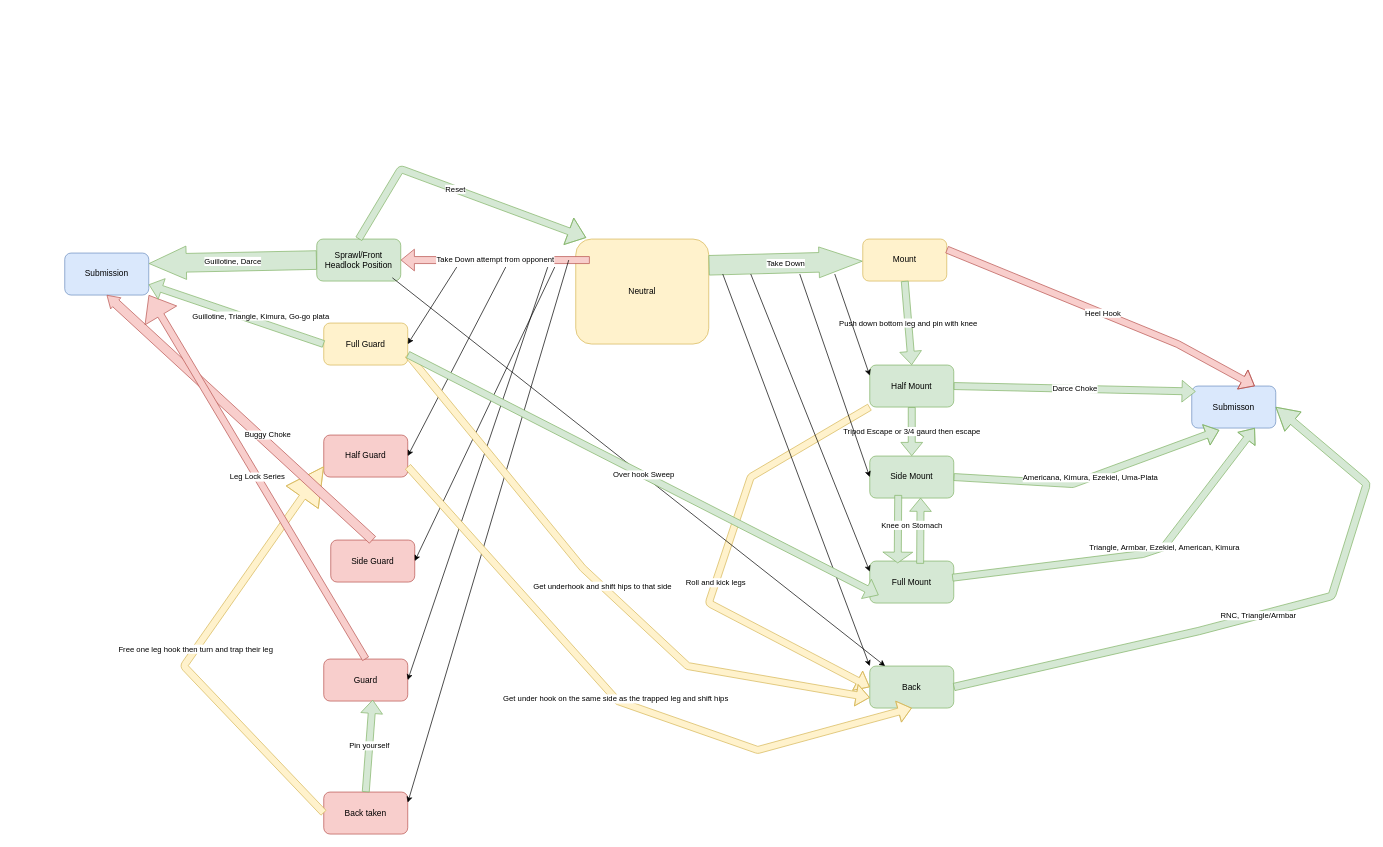
This is Untitled Diagram.drawio from morik04/BJJ, a draw.io file, before an edit. Source tidied: cells renumbered, new cells numbered last; positions are measured from the earlier drawing's top-left corner, leaving out a move shared by most shapes. Both pictures are drawn from the tidied source at 70%, with x=0, y=0 at pixel (64, 169).
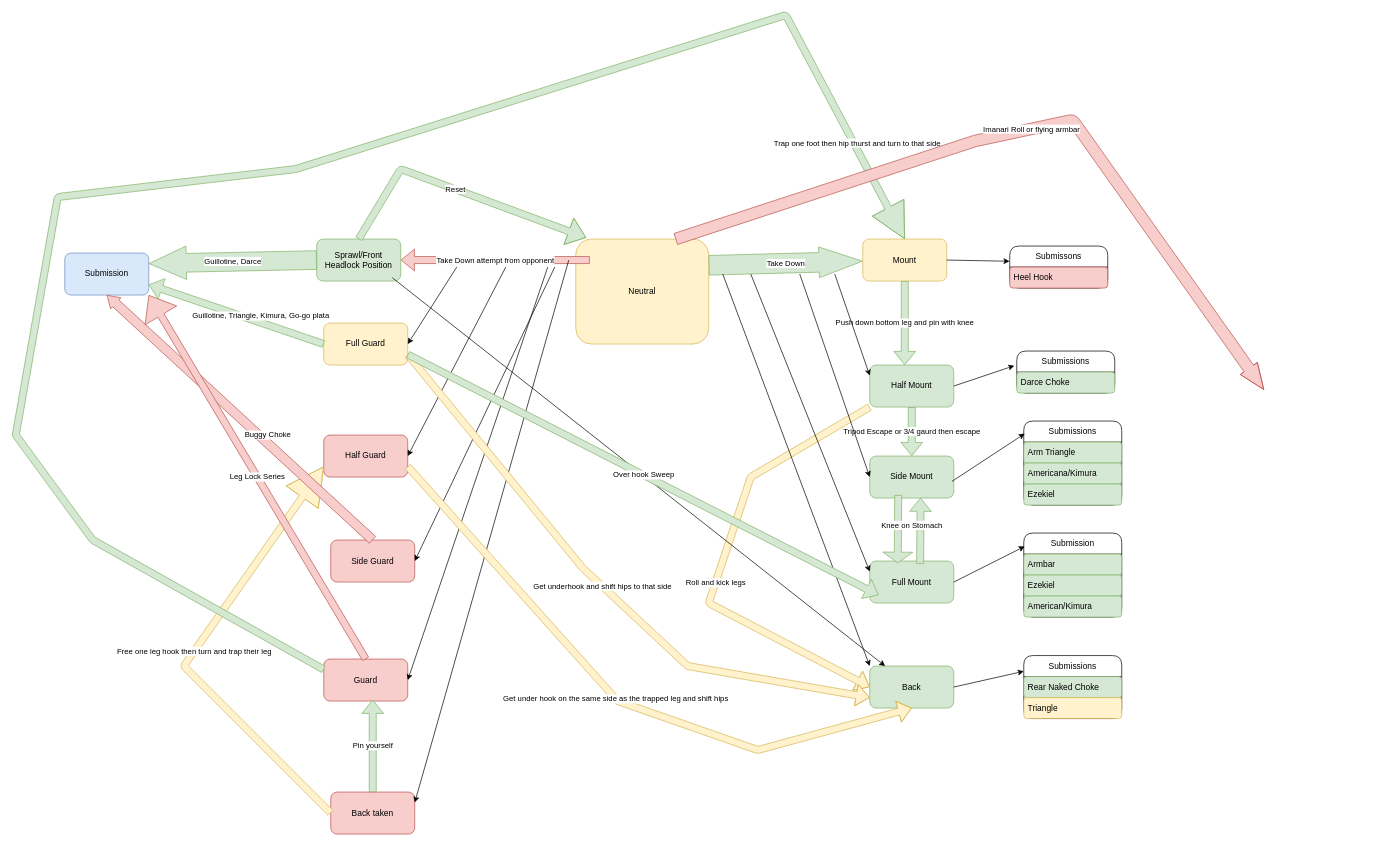
The same diagram, later.

Unchanged cells that the change refers to:
```xml
<mxCell id="2" value="Neutral" style="rounded=1;whiteSpace=wrap;html=1;fillColor=#fff2cc;strokeColor=#d6b656;" parent="1" vertex="1">
  <mxGeometry x="730" y="100" width="190" height="150" as="geometry" />
</mxCell>
<mxCell id="4" value="Mount" style="rounded=1;whiteSpace=wrap;html=1;labelBackgroundColor=none;labelBorderColor=none;fillColor=#fff2cc;strokeColor=#d6b656;" parent="1" vertex="1">
  <mxGeometry x="1140" y="100" width="120" height="60" as="geometry" />
</mxCell>
<mxCell id="5" value="Side Mount" style="rounded=1;whiteSpace=wrap;html=1;fillColor=#d5e8d4;strokeColor=#82b366;" parent="1" vertex="1">
  <mxGeometry x="1150" y="410" width="120" height="60" as="geometry" />
</mxCell>
<mxCell id="6" value="Full Mount" style="rounded=1;whiteSpace=wrap;html=1;fillColor=#d5e8d4;strokeColor=#82b366;" parent="1" vertex="1">
  <mxGeometry x="1150" y="560" width="120" height="60" as="geometry" />
</mxCell>
<mxCell id="8" value="Half Mount" style="rounded=1;whiteSpace=wrap;html=1;fillColor=#d5e8d4;strokeColor=#82b366;" parent="1" vertex="1">
  <mxGeometry x="1150" y="280" width="120" height="60" as="geometry" />
</mxCell>
<mxCell id="20" value="Back" style="rounded=1;whiteSpace=wrap;html=1;fillColor=#d5e8d4;strokeColor=#82b366;" parent="1" vertex="1">
  <mxGeometry x="1150" y="710" width="120" height="60" as="geometry" />
</mxCell>
<mxCell id="25" value="Guard" style="rounded=1;whiteSpace=wrap;html=1;fillColor=#f8cecc;strokeColor=#b85450;" parent="1" vertex="1">
  <mxGeometry x="370" y="700" width="120" height="60" as="geometry" />
</mxCell>
```

What changed in the source:
```diff
@@
-    <mxCell id="9" value="Submisson" style="rounded=1;whiteSpace=wrap;html=1;fillColor=#dae8fc;strokeColor=#6c8ebf;" parent="1" vertex="1">
-      <mxGeometry x="1610" y="310" width="120" height="60" as="geometry" />
-    </mxCell>
-    <mxCell id="10" value="Darce Choke" style="shape=flexArrow;endArrow=classic;html=1;rounded=1;entryX=0.047;entryY=0.13;entryDx=0;entryDy=0;entryPerimeter=0;exitX=1;exitY=0.5;exitDx=0;exitDy=0;fillColor=#d5e8d4;strokeColor=#82b366;" parent="1" edge="1" source="8" target="9">
-      <mxGeometry relative="1" as="geometry" />
-    </mxCell>
-    <mxCell id="11" value="Heel Hook" style="shape=flexArrow;endArrow=classic;html=1;rounded=1;entryX=0.75;entryY=0;entryDx=0;entryDy=0;exitX=1;exitY=0.25;exitDx=0;exitDy=0;fillColor=#f8cecc;strokeColor=#b85450;" parent="1" edge="1" source="4" target="9">
-      <mxGeometry relative="1" as="geometry">
-        <Array as="points">
-          <mxPoint x="1590" y="250" />
-        </Array>
-      </mxGeometry>
-    </mxCell>
-    <mxCell id="12" value="Push down bottom leg and pin with knee" style="shape=flexArrow;endArrow=classic;html=1;rounded=1;exitX=0.5;exitY=1;exitDx=0;exitDy=0;entryX=0.5;entryY=0;entryDx=0;entryDy=0;fillColor=#d5e8d4;strokeColor=#82b366;" parent="1" edge="1" source="4" target="8">
-      <mxGeometry relative="1" as="geometry" />
+    <mxCell id="12" value="Push down bottom leg and pin with knee" style="shape=flexArrow;endArrow=classic;html=1;rounded=1;exitX=0.5;exitY=1;exitDx=0;exitDy=0;fillColor=#d5e8d4;strokeColor=#82b366;" parent="1" edge="1" source="4">
+      <mxGeometry relative="1" as="geometry">
+        <mxPoint x="1200" y="280" as="targetPoint" />
+      </mxGeometry>
     </mxCell>
-    <mxCell id="13" value="Americana, Kimura, Ezekiel, Uma-Plata" style="shape=flexArrow;endArrow=classic;html=1;rounded=1;entryX=0.327;entryY=1.05;entryDx=0;entryDy=0;entryPerimeter=0;exitX=1;exitY=0.5;exitDx=0;exitDy=0;fillColor=#d5e8d4;strokeColor=#82b366;" parent="1" edge="1" source="5" target="9">
-      <mxGeometry relative="1" as="geometry">
-        <Array as="points">
-          <mxPoint x="1440" y="450" />
-        </Array>
-      </mxGeometry>
-    </mxCell>
-    <mxCell id="14" value="Triangle, Armbar, Ezekiel, American, Kimura" style="shape=flexArrow;endArrow=classic;html=1;rounded=1;entryX=0.75;entryY=1;entryDx=0;entryDy=0;exitX=0.983;exitY=0.397;exitDx=0;exitDy=0;exitPerimeter=0;fillColor=#d5e8d4;strokeColor=#82b366;" parent="1" edge="1" source="6" target="9">
-      <mxGeometry x="0.18" relative="1" as="geometry">
-        <Array as="points">
-          <mxPoint x="1540" y="550" />
-          <mxPoint x="1570" y="540" />
-        </Array>
-        <mxPoint y="1" as="offset" />
-      </mxGeometry>
-    </mxCell>
@@
-    <mxCell id="21" value="RNC, Triangle/Armbar" style="shape=flexArrow;endArrow=classic;html=1;rounded=1;exitX=1;exitY=0.5;exitDx=0;exitDy=0;width=10.666666666666666;endSize=10.213333333333333;endWidth=24.444444444444446;entryX=1;entryY=0.5;entryDx=0;entryDy=0;fillColor=#d5e8d4;strokeColor=#82b366;" parent="1" edge="1" source="20" target="9">
-      <mxGeometry relative="1" as="geometry">
-        <Array as="points">
-          <mxPoint x="1620" y="660" />
-          <mxPoint x="1810" y="610" />
-          <mxPoint x="1860" y="450" />
-        </Array>
-      </mxGeometry>
-    </mxCell>
@@
     <mxCell id="32" value="Back taken" style="rounded=1;whiteSpace=wrap;html=1;fillColor=#f8cecc;strokeColor=#b85450;" parent="1" vertex="1">
-      <mxGeometry x="370" y="890" width="120" height="60" as="geometry" />
+      <mxGeometry x="380" y="890" width="120" height="60" as="geometry" />
     </mxCell>
@@
+    <mxCell id="48" value="Trap one foot then hip thurst and turn to that side" style="shape=flexArrow;endArrow=classic;html=1;rounded=1;exitX=0;exitY=0.25;exitDx=0;exitDy=0;endWidth=40;endSize=16.36;entryX=0.5;entryY=0;entryDx=0;entryDy=0;fillColor=#d5e8d4;strokeColor=#82b366;" parent="1" edge="1" source="25" target="4">
+      <mxGeometry x="0.87" y="4" relative="1" as="geometry">
+        <Array as="points">
+          <mxPoint x="40" y="530" />
+          <mxPoint x="-70" y="380" />
+          <mxPoint x="-10" y="40" />
+          <mxPoint x="330" />
+          <mxPoint x="1030" y="-220" />
+        </Array>
+      </mxGeometry>
+    </mxCell>
+    <mxCell id="49" value="Imanari Roll or flying armbar" style="shape=flexArrow;endArrow=classic;html=1;rounded=1;width=16.47058823529412;endSize=11.976470588235294;exitX=0.75;exitY=0;exitDx=0;exitDy=0;endWidth=12.387543252595155;entryX=0.86;entryY=0.09;entryDx=0;entryDy=0;entryPerimeter=0;fillColor=#f8cecc;strokeColor=#b85450;" parent="1" edge="1" source="2">
+      <mxGeometry relative="1" as="geometry">
+        <mxPoint x="1713.2" y="315.4" as="targetPoint" />
+        <Array as="points">
+          <mxPoint x="1300" y="-40" />
+          <mxPoint x="1440" y="-70" />
+        </Array>
+      </mxGeometry>
+    </mxCell>
+    <mxCell id="50" value="Submissions" style="swimlane;fontStyle=0;horizontal=1;startSize=30;whiteSpace=wrap;html=1;rounded=1;" parent="1" vertex="1">
+      <mxGeometry x="1370" y="360" width="140" height="120" as="geometry" />
+    </mxCell>
+    <mxCell id="51" value="Arm Triangle" style="text;strokeColor=#82b366;fillColor=#d5e8d4;align=left;verticalAlign=middle;spacingLeft=4;spacingRight=4;overflow=hidden;whiteSpace=wrap;html=1;rounded=1;" parent="50" vertex="1">
+      <mxGeometry y="30" width="140" height="30" as="geometry" />
+    </mxCell>
+    <mxCell id="52" value="Americana/Kimura" style="text;strokeColor=#82b366;fillColor=#d5e8d4;align=left;verticalAlign=middle;spacingLeft=4;spacingRight=4;overflow=hidden;whiteSpace=wrap;html=1;rounded=1;" parent="50" vertex="1">
+      <mxGeometry y="60" width="140" height="30" as="geometry" />
+    </mxCell>
+    <mxCell id="53" value="Ezekiel" style="text;strokeColor=#82b366;fillColor=#d5e8d4;align=left;verticalAlign=middle;spacingLeft=4;spacingRight=4;overflow=hidden;whiteSpace=wrap;html=1;rounded=1;" parent="50" vertex="1">
+      <mxGeometry y="90" width="140" height="30" as="geometry" />
+    </mxCell>
+    <mxCell id="54" value="Submissons" style="swimlane;fontStyle=0;horizontal=1;startSize=30;whiteSpace=wrap;html=1;rounded=1;" parent="1" vertex="1">
+      <mxGeometry x="1350" y="110" width="140" height="60" as="geometry" />
+    </mxCell>
+    <mxCell id="11" value="Heel Hook" style="text;strokeColor=#b85450;fillColor=#f8cecc;align=left;verticalAlign=middle;spacingLeft=4;spacingRight=4;overflow=hidden;whiteSpace=wrap;html=1;rounded=1;" parent="54" vertex="1">
+      <mxGeometry y="30" width="140" height="30" as="geometry" />
+    </mxCell>
+    <mxCell id="55" value="Submissions" style="swimlane;fontStyle=0;horizontal=1;startSize=30;whiteSpace=wrap;html=1;rounded=1;" parent="1" vertex="1">
+      <mxGeometry x="1360" y="260" width="140" height="60" as="geometry" />
+    </mxCell>
+    <mxCell id="10" value="Darce Choke" style="text;strokeColor=#82b366;fillColor=#d5e8d4;align=left;verticalAlign=middle;spacingLeft=4;spacingRight=4;overflow=hidden;whiteSpace=wrap;html=1;rounded=1;" parent="55" vertex="1">
+      <mxGeometry y="30" width="140" height="30" as="geometry" />
+    </mxCell>
+    <mxCell id="56" value="Submission" style="swimlane;fontStyle=0;horizontal=1;startSize=30;whiteSpace=wrap;html=1;rounded=1;" parent="1" vertex="1">
+      <mxGeometry x="1370" y="520" width="140" height="120" as="geometry" />
+    </mxCell>
+    <mxCell id="57" value="Armbar" style="text;strokeColor=#82b366;fillColor=#d5e8d4;align=left;verticalAlign=middle;spacingLeft=4;spacingRight=4;overflow=hidden;whiteSpace=wrap;html=1;rounded=1;" parent="56" vertex="1">
+      <mxGeometry y="30" width="140" height="30" as="geometry" />
+    </mxCell>
+    <mxCell id="58" value="Ezekiel" style="text;strokeColor=#82b366;fillColor=#d5e8d4;align=left;verticalAlign=middle;spacingLeft=4;spacingRight=4;overflow=hidden;whiteSpace=wrap;html=1;rounded=1;" parent="56" vertex="1">
+      <mxGeometry y="60" width="140" height="30" as="geometry" />
+    </mxCell>
+    <mxCell id="59" value="American/Kimura" style="text;strokeColor=#82b366;fillColor=#d5e8d4;align=left;verticalAlign=middle;spacingLeft=4;spacingRight=4;overflow=hidden;whiteSpace=wrap;html=1;rounded=1;" parent="56" vertex="1">
+      <mxGeometry y="90" width="140" height="30" as="geometry" />
+    </mxCell>
+    <mxCell id="60" style="endArrow=classic;html=1;rounded=1;exitX=1;exitY=0.5;exitDx=0;exitDy=0;entryX=0.01;entryY=0.159;entryDx=0;entryDy=0;entryPerimeter=0;" parent="1" edge="1" source="6" target="56">
+      <mxGeometry relative="1" as="geometry" />
+    </mxCell>
+    <mxCell id="61" style="endArrow=classic;html=1;rounded=1;exitX=1;exitY=0.5;exitDx=0;exitDy=0;entryX=-0.002;entryY=0.362;entryDx=0;entryDy=0;entryPerimeter=0;" parent="1" edge="1" source="4" target="54">
+      <mxGeometry relative="1" as="geometry" />
+    </mxCell>
+    <mxCell id="62" style="endArrow=classic;html=1;rounded=1;exitX=1;exitY=0.5;exitDx=0;exitDy=0;entryX=-0.025;entryY=0.349;entryDx=0;entryDy=0;entryPerimeter=0;" parent="1" edge="1" source="8" target="55">
+      <mxGeometry relative="1" as="geometry" />
+    </mxCell>
+    <mxCell id="63" style="endArrow=classic;html=1;rounded=1;exitX=0.978;exitY=0.604;exitDx=0;exitDy=0;exitPerimeter=0;entryX=0.01;entryY=0.15;entryDx=0;entryDy=0;entryPerimeter=0;" parent="1" edge="1" source="5" target="50">
+      <mxGeometry relative="1" as="geometry" />
+    </mxCell>
+    <mxCell id="64" value="Submissions" style="swimlane;fontStyle=0;horizontal=1;startSize=30;whiteSpace=wrap;html=1;rounded=1;" parent="1" vertex="1">
+      <mxGeometry x="1370" y="695" width="140" height="90" as="geometry" />
+    </mxCell>
+    <mxCell id="65" value="Rear Naked Choke" style="text;strokeColor=#82b366;fillColor=#d5e8d4;align=left;verticalAlign=middle;spacingLeft=4;spacingRight=4;overflow=hidden;whiteSpace=wrap;html=1;rounded=1;" parent="64" vertex="1">
+      <mxGeometry y="30" width="140" height="30" as="geometry" />
+    </mxCell>
+    <mxCell id="66" value="Triangle" style="text;strokeColor=#d6b656;fillColor=#fff2cc;align=left;verticalAlign=middle;spacingLeft=4;spacingRight=4;overflow=hidden;whiteSpace=wrap;html=1;rounded=1;" parent="64" vertex="1">
+      <mxGeometry y="60" width="140" height="30" as="geometry" />
+    </mxCell>
+    <mxCell id="67" style="endArrow=classic;html=1;rounded=1;exitX=1;exitY=0.5;exitDx=0;exitDy=0;entryX=0;entryY=0.25;entryDx=0;entryDy=0;" parent="1" edge="1" source="20" target="64">
+      <mxGeometry relative="1" as="geometry" />
+    </mxCell>
```
